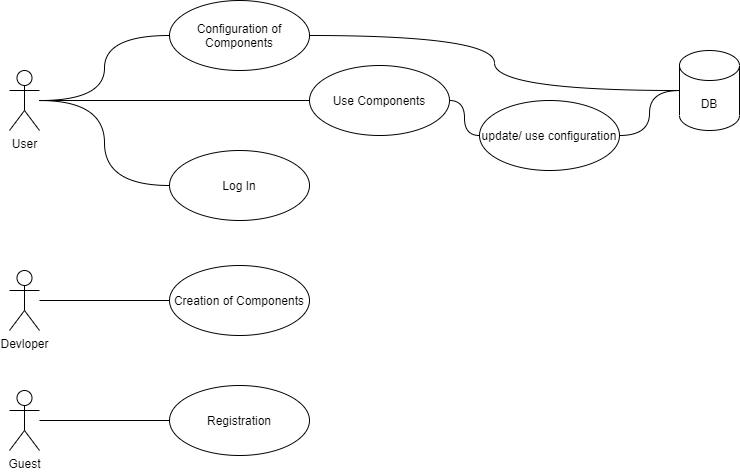
papatohu/docs keeps this draw.io diagram as usecase/UseCase.drawio.png. Above is the earlier version. Source tidied: cells renumbered, new cells last; positions are measured from the earlier drawing's top-left corner, leaving out a move shared by most shapes. Source of this version:
```xml
<mxGraphModel>
  <root>
    <mxCell id="0" />
    <mxCell id="1" parent="0" />
    <mxCell id="2" value="Configuration of Components" style="ellipse;whiteSpace=wrap;html=1;" parent="1" vertex="1">
      <mxGeometry x="160" width="140" height="70" as="geometry" />
    </mxCell>
    <mxCell id="3" value="Devloper" style="shape=umlActor;verticalLabelPosition=bottom;verticalAlign=top;html=1;" parent="1" vertex="1">
      <mxGeometry y="270" width="30" height="60" as="geometry" />
    </mxCell>
    <mxCell id="4" value="User" style="shape=umlActor;verticalLabelPosition=bottom;verticalAlign=top;html=1;" parent="1" vertex="1">
      <mxGeometry y="70" width="30" height="60" as="geometry" />
    </mxCell>
    <mxCell id="5" value="Creation of Components" style="ellipse;whiteSpace=wrap;html=1;" parent="1" vertex="1">
      <mxGeometry x="160" y="265" width="140" height="70" as="geometry" />
    </mxCell>
    <mxCell id="6" value="Log In" style="ellipse;whiteSpace=wrap;html=1;" parent="1" vertex="1">
      <mxGeometry x="160" y="150" width="140" height="70" as="geometry" />
    </mxCell>
    <mxCell id="7" value="Use Components" style="ellipse;whiteSpace=wrap;html=1;" parent="1" vertex="1">
      <mxGeometry x="300" y="65" width="140" height="70" as="geometry" />
    </mxCell>
    <mxCell id="8" style="endArrow=none;html=1;edgeStyle=orthogonalEdgeStyle;rounded=0;curved=1;" parent="1" edge="1" source="4" target="2">
      <mxGeometry relative="1" as="geometry" />
    </mxCell>
    <mxCell id="9" value="DB" style="shape=cylinder3;whiteSpace=wrap;html=1;boundedLbl=1;backgroundOutline=1;size=15;" parent="1" vertex="1">
      <mxGeometry x="670" y="50" width="60" height="80" as="geometry" />
    </mxCell>
    <mxCell id="10" style="endArrow=none;html=1;edgeStyle=orthogonalEdgeStyle;rounded=0;entryX=0;entryY=0.5;entryDx=0;entryDy=0;curved=1;" parent="1" edge="1" source="4" target="6">
      <mxGeometry relative="1" as="geometry" />
    </mxCell>
    <mxCell id="11" style="endArrow=none;html=1;edgeStyle=orthogonalEdgeStyle;rounded=0;curved=1;" parent="1" edge="1" source="4" target="7">
      <mxGeometry relative="1" as="geometry" />
    </mxCell>
    <mxCell id="12" style="endArrow=none;html=1;edgeStyle=orthogonalEdgeStyle;rounded=0;curved=1;" parent="1" edge="1" source="3" target="5">
      <mxGeometry relative="1" as="geometry" />
    </mxCell>
    <mxCell id="13" style="endArrow=none;html=1;edgeStyle=orthogonalEdgeStyle;rounded=0;curved=1;" parent="1" edge="1" source="2" target="9">
      <mxGeometry relative="1" as="geometry" />
    </mxCell>
    <mxCell id="14" value="update/ use configuration" style="ellipse;whiteSpace=wrap;html=1;" parent="1" vertex="1">
      <mxGeometry x="470" y="100" width="140" height="70" as="geometry" />
    </mxCell>
    <mxCell id="15" style="endArrow=none;html=1;edgeStyle=orthogonalEdgeStyle;rounded=0;curved=1;" parent="1" edge="1" source="7" target="14">
      <mxGeometry relative="1" as="geometry" />
    </mxCell>
    <mxCell id="16" style="endArrow=none;html=1;edgeStyle=orthogonalEdgeStyle;rounded=0;curved=1;" parent="1" edge="1" source="14" target="9">
      <mxGeometry relative="1" as="geometry" />
    </mxCell>
    <mxCell id="17" value="Guest" style="shape=umlActor;verticalLabelPosition=bottom;verticalAlign=top;html=1;" parent="1" vertex="1">
      <mxGeometry y="390" width="30" height="60" as="geometry" />
    </mxCell>
    <mxCell id="18" value="Registration" style="ellipse;whiteSpace=wrap;html=1;" parent="1" vertex="1">
      <mxGeometry x="160" y="385" width="140" height="70" as="geometry" />
    </mxCell>
    <mxCell id="19" style="endArrow=none;html=1;edgeStyle=orthogonalEdgeStyle;rounded=0;curved=1;" parent="1" edge="1" source="17" target="18">
      <mxGeometry relative="1" as="geometry" />
    </mxCell>
  </root>
</mxGraphModel>
```
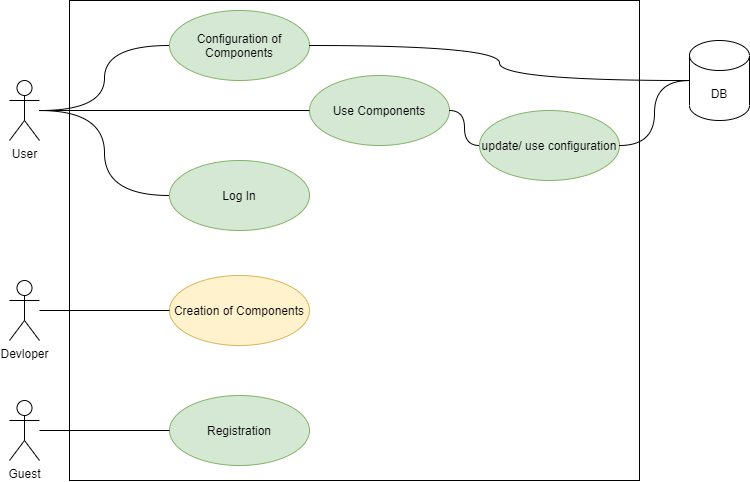
The same diagram one commit later.

What changed in the source:
```diff
@@ -2,7 +2,10 @@
   <root>
     <mxCell id="0" />
     <mxCell id="1" parent="0" />
+    <mxCell id="20" style="html=1;" parent="1" vertex="1">
+      <mxGeometry x="60" y="-10" width="570" height="480" as="geometry" />
+    </mxCell>
-    <mxCell id="2" value="Configuration of Components" style="ellipse;whiteSpace=wrap;html=1;" parent="1" vertex="1">
+    <mxCell id="2" value="Configuration of Components" style="ellipse;whiteSpace=wrap;html=1;fillColor=#d5e8d4;strokeColor=#82b366;" parent="1" vertex="1">
       <mxGeometry x="160" width="140" height="70" as="geometry" />
     </mxCell>
     <mxCell id="3" value="Devloper" style="shape=umlActor;verticalLabelPosition=bottom;verticalAlign=top;html=1;" parent="1" vertex="1">
@@ -11,20 +14,20 @@
     <mxCell id="4" value="User" style="shape=umlActor;verticalLabelPosition=bottom;verticalAlign=top;html=1;" parent="1" vertex="1">
       <mxGeometry y="70" width="30" height="60" as="geometry" />
     </mxCell>
-    <mxCell id="5" value="Creation of Components" style="ellipse;whiteSpace=wrap;html=1;" parent="1" vertex="1">
+    <mxCell id="5" value="Creation of Components" style="ellipse;whiteSpace=wrap;html=1;fillColor=#fff2cc;strokeColor=#d6b656;" parent="1" vertex="1">
       <mxGeometry x="160" y="265" width="140" height="70" as="geometry" />
     </mxCell>
-    <mxCell id="6" value="Log In" style="ellipse;whiteSpace=wrap;html=1;" parent="1" vertex="1">
+    <mxCell id="6" value="Log In" style="ellipse;whiteSpace=wrap;html=1;fillColor=#d5e8d4;strokeColor=#82b366;" parent="1" vertex="1">
       <mxGeometry x="160" y="150" width="140" height="70" as="geometry" />
     </mxCell>
-    <mxCell id="7" value="Use Components" style="ellipse;whiteSpace=wrap;html=1;" parent="1" vertex="1">
+    <mxCell id="7" value="Use Components" style="ellipse;whiteSpace=wrap;html=1;fillColor=#d5e8d4;strokeColor=#82b366;" parent="1" vertex="1">
       <mxGeometry x="300" y="65" width="140" height="70" as="geometry" />
     </mxCell>
     <mxCell id="8" style="endArrow=none;html=1;edgeStyle=orthogonalEdgeStyle;rounded=0;curved=1;" parent="1" edge="1" source="4" target="2">
       <mxGeometry relative="1" as="geometry" />
     </mxCell>
     <mxCell id="9" value="DB" style="shape=cylinder3;whiteSpace=wrap;html=1;boundedLbl=1;backgroundOutline=1;size=15;" parent="1" vertex="1">
-      <mxGeometry x="670" y="50" width="60" height="80" as="geometry" />
+      <mxGeometry x="680" y="30" width="60" height="80" as="geometry" />
     </mxCell>
     <mxCell id="10" style="endArrow=none;html=1;edgeStyle=orthogonalEdgeStyle;rounded=0;entryX=0;entryY=0.5;entryDx=0;entryDy=0;curved=1;" parent="1" edge="1" source="4" target="6">
       <mxGeometry relative="1" as="geometry" />
@@ -38,7 +41,7 @@
     <mxCell id="13" style="endArrow=none;html=1;edgeStyle=orthogonalEdgeStyle;rounded=0;curved=1;" parent="1" edge="1" source="2" target="9">
       <mxGeometry relative="1" as="geometry" />
     </mxCell>
-    <mxCell id="14" value="update/ use configuration" style="ellipse;whiteSpace=wrap;html=1;" parent="1" vertex="1">
+    <mxCell id="14" value="update/ use configuration" style="ellipse;whiteSpace=wrap;html=1;fillColor=#d5e8d4;strokeColor=#82b366;" parent="1" vertex="1">
       <mxGeometry x="470" y="100" width="140" height="70" as="geometry" />
     </mxCell>
     <mxCell id="15" style="endArrow=none;html=1;edgeStyle=orthogonalEdgeStyle;rounded=0;curved=1;" parent="1" edge="1" source="7" target="14">
@@ -50,7 +53,7 @@
     <mxCell id="17" value="Guest" style="shape=umlActor;verticalLabelPosition=bottom;verticalAlign=top;html=1;" parent="1" vertex="1">
       <mxGeometry y="390" width="30" height="60" as="geometry" />
     </mxCell>
-    <mxCell id="18" value="Registration" style="ellipse;whiteSpace=wrap;html=1;" parent="1" vertex="1">
+    <mxCell id="18" value="Registration" style="ellipse;whiteSpace=wrap;html=1;fillColor=#d5e8d4;strokeColor=#82b366;" parent="1" vertex="1">
       <mxGeometry x="160" y="385" width="140" height="70" as="geometry" />
     </mxCell>
     <mxCell id="19" style="endArrow=none;html=1;edgeStyle=orthogonalEdgeStyle;rounded=0;curved=1;" parent="1" edge="1" source="17" target="18">
```
